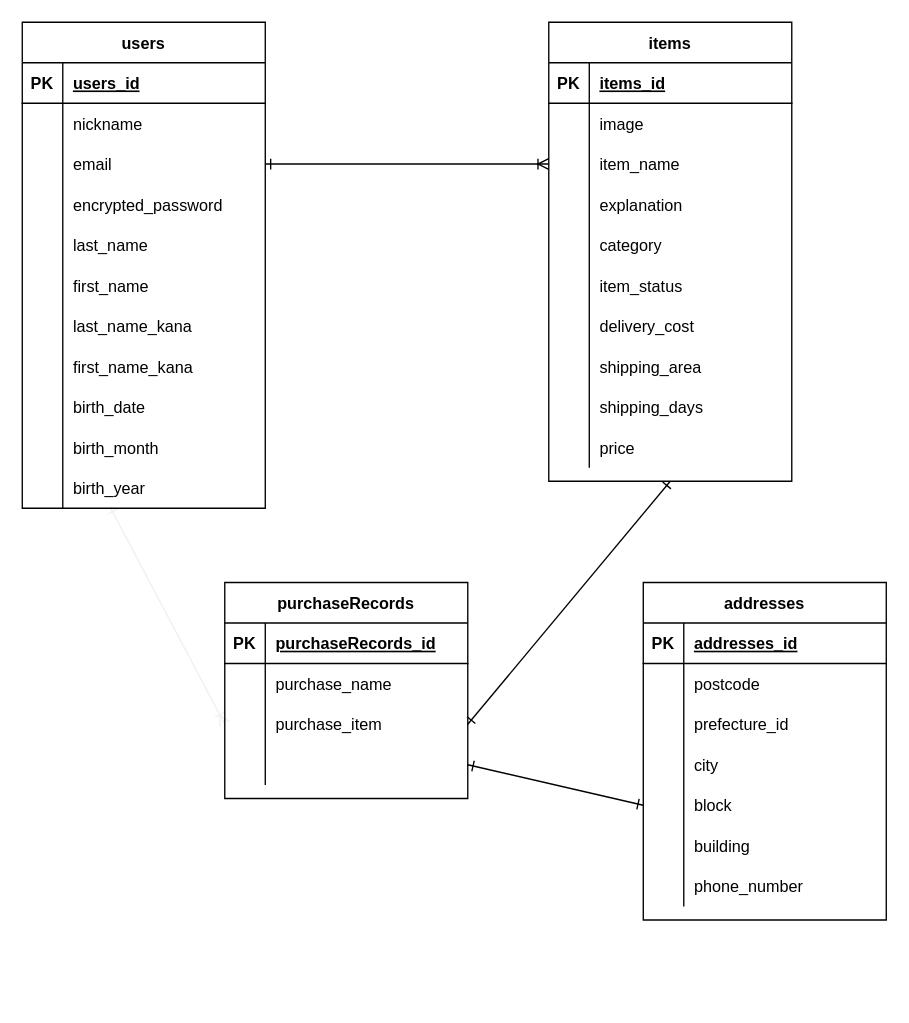
Before: db/test.dio in yuka2875/furima-36473, a draw.io diagram. Source tidied: cells renumbered, new cells numbered last; positions are measured from the earlier drawing's top-left corner, leaving out a move shared by most shapes. Both pictures are drawn from the tidied source at 135%, with x=0, y=0 at pixel (22, 22).
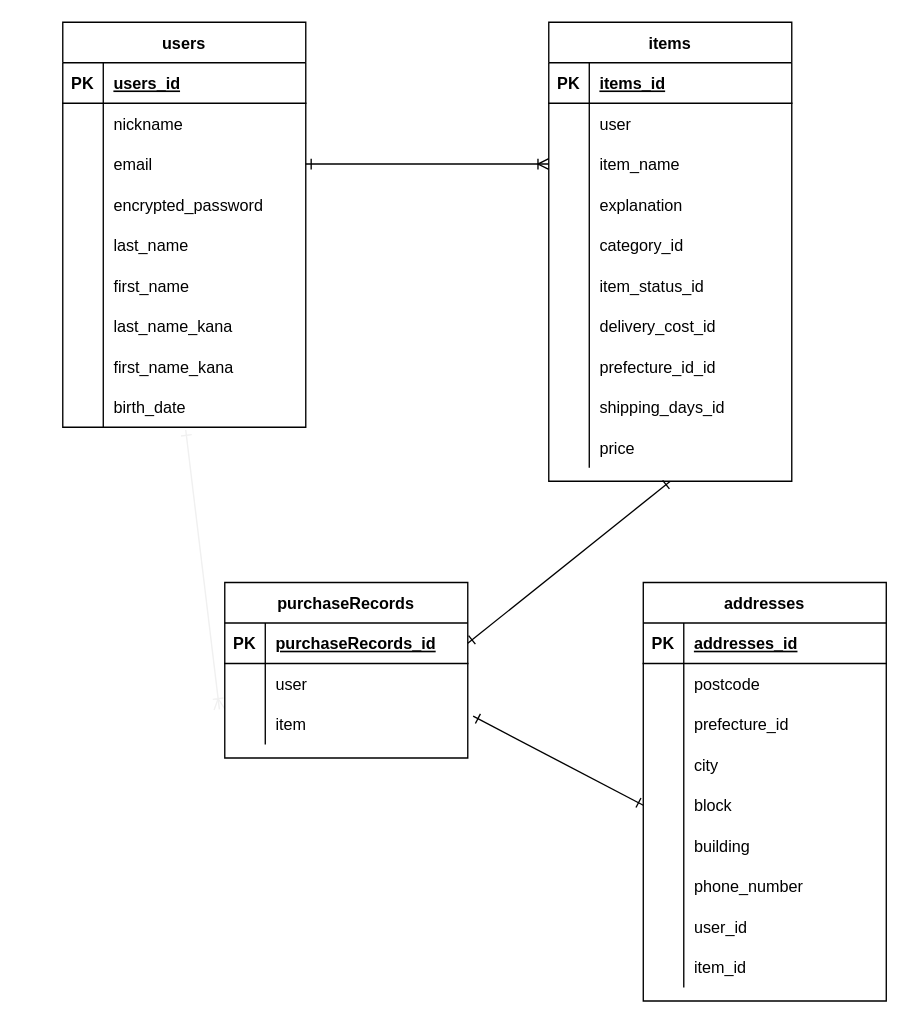
Above is the later version.

The change refers to these unchanged cells:
```xml
<mxCell id="28" style="shape=partialRectangle;fillColor=none;top=0;left=0;bottom=0;right=0;points=[[0,0.5],[1,0.5]];portConstraint=eastwest;" parent="3" vertex="1">
  <mxGeometry y="270" width="180" height="30" as="geometry" />
</mxCell>
<mxCell id="37" value="items" style="shape=table;startSize=30;childLayout=tableLayout;rowLines=0;fontStyle=1;align=center;" parent="1" vertex="1">
  <mxGeometry x="390" width="180" height="340" as="geometry" />
</mxCell>
<mxCell id="41" style="shape=partialRectangle;fillColor=none;top=0;left=0;bottom=0;right=0;" parent="37" vertex="1">
  <mxGeometry y="60" width="180" height="30" as="geometry" />
</mxCell>
<mxCell id="50" style="shape=partialRectangle;fillColor=none;top=0;left=0;bottom=0;right=0;" parent="37" vertex="1">
  <mxGeometry y="150" width="180" height="30" as="geometry" />
</mxCell>
<mxCell id="53" style="shape=partialRectangle;fillColor=none;top=0;left=0;bottom=0;right=0;" parent="37" vertex="1">
  <mxGeometry y="180" width="180" height="30" as="geometry" />
</mxCell>
<mxCell id="56" style="shape=partialRectangle;fillColor=none;top=0;left=0;bottom=0;right=0;" parent="37" vertex="1">
  <mxGeometry y="210" width="180" height="30" as="geometry" />
</mxCell>
<mxCell id="59" style="shape=partialRectangle;fillColor=none;top=0;left=0;bottom=0;right=0;" parent="37" vertex="1">
  <mxGeometry y="240" width="180" height="30" as="geometry" />
</mxCell>
<mxCell id="62" style="shape=partialRectangle;fillColor=none;top=0;left=0;bottom=0;right=0;" parent="37" vertex="1">
  <mxGeometry y="270" width="180" height="30" as="geometry" />
</mxCell>
<mxCell id="69" style="shape=partialRectangle;fillColor=none;top=0;left=0;bottom=1;right=0;points=[[0,0.5],[1,0.5]];portConstraint=eastwest;" parent="68" vertex="1">
  <mxGeometry y="30" width="180" height="30" as="geometry" />
</mxCell>
<mxCell id="72" style="shape=partialRectangle;fillColor=none;top=0;left=0;bottom=0;right=0;" parent="68" vertex="1">
  <mxGeometry y="60" width="180" height="30" as="geometry" />
</mxCell>
<mxCell id="75" style="shape=partialRectangle;fillColor=none;top=0;left=0;bottom=0;right=0;points=[[0,0.5],[1,0.5]];portConstraint=eastwest;" parent="68" vertex="1">
  <mxGeometry y="90" width="180" height="30" as="geometry" />
</mxCell>
<mxCell id="96" style="shape=partialRectangle;fillColor=none;top=0;left=0;bottom=0;right=0;points=[[0,0.5],[1,0.5]];portConstraint=eastwest;" parent="83" vertex="1">
  <mxGeometry y="150" width="180" height="30" as="geometry" />
</mxCell>
```

What changed in the source:
```diff
@@
-    <mxCell id="2" style="edgeStyle=none;html=1;entryX=0;entryY=0.5;entryDx=0;entryDy=0;strokeColor=#f0f0f0;endArrow=ERoneToMany;endFill=0;exitX=0.361;exitY=0.967;exitDx=0;exitDy=0;exitPerimeter=0;startArrow=ERone;startFill=0;" parent="1" edge="1" source="34" target="75">
+    <mxCell id="2" style="edgeStyle=none;html=1;entryX=-0.022;entryY=0.133;entryDx=0;entryDy=0;strokeColor=#f0f0f0;endArrow=ERoneToMany;endFill=0;exitX=0.506;exitY=1.067;exitDx=0;exitDy=0;exitPerimeter=0;startArrow=ERone;startFill=0;entryPerimeter=0;" parent="1" edge="1" source="28" target="75">
       <mxGeometry relative="1" as="geometry" />
     </mxCell>
     <mxCell id="3" value="users" style="shape=table;startSize=30;childLayout=tableLayout;rowLines=0;fontStyle=1;align=center;" parent="1" vertex="1">
-      <mxGeometry width="180" height="360" as="geometry" />
+      <mxGeometry x="30" width="180" height="300" as="geometry" />
     </mxCell>
@@
-    <mxCell id="31" style="shape=partialRectangle;fillColor=none;top=0;left=0;bottom=0;right=0;" parent="3" vertex="1">
-      <mxGeometry y="300" width="180" height="30" as="geometry" />
-    </mxCell>
-    <mxCell id="32" style="shape=partialRectangle;fillColor=none;top=0;left=0;bottom=0;right=0;overflow=hidden;" parent="31" vertex="1">
-      <mxGeometry width="30" height="30" as="geometry" />
-    </mxCell>
-    <mxCell id="33" value="birth_month" style="shape=partialRectangle;fillColor=none;top=0;left=0;bottom=0;right=0;align=left;spacingLeft=6;overflow=hidden;" parent="31" vertex="1">
-      <mxGeometry x="30" width="150" height="30" as="geometry" />
-    </mxCell>
-    <mxCell id="34" style="shape=partialRectangle;fillColor=none;top=0;left=0;bottom=0;right=0;points=[[0,0.5],[1,0.5]];portConstraint=eastwest;" parent="3" vertex="1">
-      <mxGeometry y="330" width="180" height="30" as="geometry" />
-    </mxCell>
-    <mxCell id="35" style="shape=partialRectangle;fillColor=none;top=0;left=0;bottom=0;right=0;overflow=hidden;" parent="34" vertex="1">
-      <mxGeometry width="30" height="30" as="geometry" />
-    </mxCell>
-    <mxCell id="36" value="birth_year" style="shape=partialRectangle;fillColor=none;top=0;left=0;bottom=0;right=0;align=left;spacingLeft=6;overflow=hidden;" parent="34" vertex="1">
-      <mxGeometry x="30" width="150" height="30" as="geometry" />
-    </mxCell>
@@
-    <mxCell id="43" value="image" style="shape=partialRectangle;fillColor=none;top=0;left=0;bottom=0;right=0;align=left;spacingLeft=6;overflow=hidden;" parent="41" vertex="1">
+    <mxCell id="43" value="user" style="shape=partialRectangle;fillColor=none;top=0;left=0;bottom=0;right=0;align=left;spacingLeft=6;overflow=hidden;" parent="41" vertex="1">
       <mxGeometry x="30" width="150" height="30" as="geometry" />
     </mxCell>
@@
-    <mxCell id="52" value="category" style="shape=partialRectangle;fillColor=none;top=0;left=0;bottom=0;right=0;align=left;spacingLeft=6;overflow=hidden;" parent="50" vertex="1">
+    <mxCell id="52" value="category_id" style="shape=partialRectangle;fillColor=none;top=0;left=0;bottom=0;right=0;align=left;spacingLeft=6;overflow=hidden;" parent="50" vertex="1">
       <mxGeometry x="30" width="150" height="30" as="geometry" />
     </mxCell>
@@
-    <mxCell id="55" value="item_status" style="shape=partialRectangle;fillColor=none;top=0;left=0;bottom=0;right=0;align=left;spacingLeft=6;overflow=hidden;" parent="53" vertex="1">
+    <mxCell id="55" value="item_status_id" style="shape=partialRectangle;fillColor=none;top=0;left=0;bottom=0;right=0;align=left;spacingLeft=6;overflow=hidden;" parent="53" vertex="1">
       <mxGeometry x="30" width="150" height="30" as="geometry" />
     </mxCell>
@@
-    <mxCell id="58" value="delivery_cost" style="shape=partialRectangle;fillColor=none;top=0;left=0;bottom=0;right=0;align=left;spacingLeft=6;overflow=hidden;" parent="56" vertex="1">
+    <mxCell id="58" value="delivery_cost_id" style="shape=partialRectangle;fillColor=none;top=0;left=0;bottom=0;right=0;align=left;spacingLeft=6;overflow=hidden;" parent="56" vertex="1">
       <mxGeometry x="30" width="150" height="30" as="geometry" />
     </mxCell>
@@
-    <mxCell id="61" value="shipping_area" style="shape=partialRectangle;fillColor=none;top=0;left=0;bottom=0;right=0;align=left;spacingLeft=6;overflow=hidden;" parent="59" vertex="1">
+    <mxCell id="61" value="prefecture_id_id" style="shape=partialRectangle;fillColor=none;top=0;left=0;bottom=0;right=0;align=left;spacingLeft=6;overflow=hidden;" parent="59" vertex="1">
       <mxGeometry x="30" width="150" height="30" as="geometry" />
     </mxCell>
@@
-    <mxCell id="64" value="shipping_days" style="shape=partialRectangle;fillColor=none;top=0;left=0;bottom=0;right=0;align=left;spacingLeft=6;overflow=hidden;" parent="62" vertex="1">
+    <mxCell id="64" value="shipping_days_id" style="shape=partialRectangle;fillColor=none;top=0;left=0;bottom=0;right=0;align=left;spacingLeft=6;overflow=hidden;" parent="62" vertex="1">
       <mxGeometry x="30" width="150" height="30" as="geometry" />
     </mxCell>
@@
     <mxCell id="68" value="purchaseRecords" style="shape=table;startSize=30;childLayout=tableLayout;rowLines=0;fontStyle=1;align=center;" parent="1" vertex="1">
-      <mxGeometry x="150" y="415" width="180" height="160" as="geometry" />
+      <mxGeometry x="150" y="415" width="180" height="130" as="geometry" />
     </mxCell>
@@
-    <mxCell id="74" value="purchase_name" style="shape=partialRectangle;fillColor=none;top=0;left=0;bottom=0;right=0;align=left;spacingLeft=6;overflow=hidden;" parent="72" vertex="1">
+    <mxCell id="74" value="user" style="shape=partialRectangle;fillColor=none;top=0;left=0;bottom=0;right=0;align=left;spacingLeft=6;overflow=hidden;" parent="72" vertex="1">
       <mxGeometry x="30" width="150" height="30" as="geometry" />
     </mxCell>
@@
-    <mxCell id="77" value="purchase_item" style="shape=partialRectangle;fillColor=none;top=0;left=0;bottom=0;right=0;align=left;spacingLeft=6;overflow=hidden;" parent="75" vertex="1">
+    <mxCell id="77" value="item" style="shape=partialRectangle;fillColor=none;top=0;left=0;bottom=0;right=0;align=left;spacingLeft=6;overflow=hidden;" parent="75" vertex="1">
       <mxGeometry x="30" width="150" height="30" as="geometry" />
     </mxCell>
-    <mxCell id="78" style="shape=partialRectangle;fillColor=none;top=0;left=0;bottom=0;right=0;points=[[0,0.5],[1,0.5]];portConstraint=eastwest;" parent="68" vertex="1">
-      <mxGeometry y="120" width="180" height="30" as="geometry" />
-    </mxCell>
-    <mxCell id="79" style="shape=partialRectangle;fillColor=none;top=0;left=0;bottom=0;right=0;overflow=hidden;" parent="78" vertex="1">
-      <mxGeometry width="30" height="30" as="geometry" />
-    </mxCell>
-    <mxCell id="80" style="shape=partialRectangle;fillColor=none;top=0;left=0;bottom=0;right=0;align=left;spacingLeft=6;overflow=hidden;" parent="78" vertex="1">
-      <mxGeometry x="30" width="150" height="30" as="geometry" />
-    </mxCell>
@@
-    <mxCell id="82" style="edgeStyle=none;html=1;exitX=1;exitY=0.5;exitDx=0;exitDy=0;entryX=0.5;entryY=1;entryDx=0;entryDy=0;endArrow=ERone;endFill=0;startArrow=ERone;startFill=0;" parent="1" edge="1" source="75" target="37">
+    <mxCell id="82" style="edgeStyle=none;html=1;exitX=1;exitY=0.5;exitDx=0;exitDy=0;entryX=0.5;entryY=1;entryDx=0;entryDy=0;endArrow=ERone;endFill=0;startArrow=ERone;startFill=0;" parent="1" edge="1" source="69" target="37">
       <mxGeometry relative="1" as="geometry" />
     </mxCell>
     <mxCell id="83" value="addresses" style="shape=table;startSize=30;childLayout=tableLayout;rowLines=0;fontStyle=1;align=center;" parent="1" vertex="1">
-      <mxGeometry x="460" y="415" width="180" height="250" as="geometry" />
+      <mxGeometry x="460" y="415" width="180" height="310" as="geometry" />
     </mxCell>
@@
+    <mxCell id="106" style="shape=partialRectangle;fillColor=none;top=0;left=0;bottom=0;right=0;" parent="83" vertex="1">
+      <mxGeometry y="240" width="180" height="30" as="geometry" />
+    </mxCell>
+    <mxCell id="107" style="shape=partialRectangle;fillColor=none;top=0;left=0;bottom=0;right=0;overflow=hidden;" parent="106" vertex="1">
+      <mxGeometry width="30" height="30" as="geometry" />
+    </mxCell>
+    <mxCell id="108" value="user_id" style="shape=partialRectangle;fillColor=none;top=0;left=0;bottom=0;right=0;align=left;spacingLeft=6;overflow=hidden;" parent="106" vertex="1">
+      <mxGeometry x="30" width="150" height="30" as="geometry" />
+    </mxCell>
+    <mxCell id="109" style="shape=partialRectangle;fillColor=none;top=0;left=0;bottom=0;right=0;" parent="83" vertex="1">
+      <mxGeometry y="270" width="180" height="30" as="geometry" />
+    </mxCell>
+    <mxCell id="110" style="shape=partialRectangle;fillColor=none;top=0;left=0;bottom=0;right=0;overflow=hidden;" parent="109" vertex="1">
+      <mxGeometry width="30" height="30" as="geometry" />
+    </mxCell>
+    <mxCell id="111" value="item_id" style="shape=partialRectangle;fillColor=none;top=0;left=0;bottom=0;right=0;align=left;spacingLeft=6;overflow=hidden;" parent="109" vertex="1">
+      <mxGeometry x="30" width="150" height="30" as="geometry" />
+    </mxCell>
-    <mxCell id="105" style="html=1;exitX=1;exitY=0.5;exitDx=0;exitDy=0;entryX=0;entryY=0.5;entryDx=0;entryDy=0;startArrow=ERone;startFill=0;endArrow=ERone;endFill=0;" parent="1" edge="1" source="78" target="96">
+    <mxCell id="105" style="html=1;exitX=1.022;exitY=0.3;exitDx=0;exitDy=0;entryX=0;entryY=0.5;entryDx=0;entryDy=0;startArrow=ERone;startFill=0;endArrow=ERone;endFill=0;exitPerimeter=0;" parent="1" edge="1" source="75" target="96">
       <mxGeometry relative="1" as="geometry" />
     </mxCell>
```
